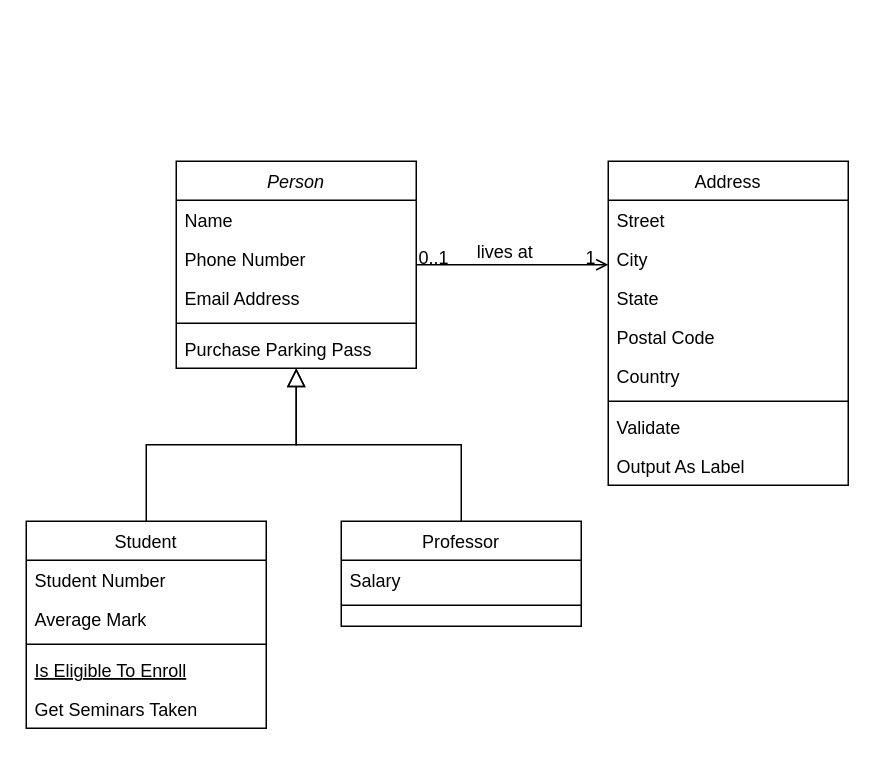
Above: Diagrama sin título.drawio in gastoncorrea/diagrama_clases_gestion_turnos (draw.io), before the change. Source tidied: cells renumbered, new cells numbered last; positions are measured from the earlier drawing's top-left corner, leaving out a move shared by most shapes. Both pictures are drawn from the tidied source at 150%, with x=0, y=0 at pixel (26, 160).
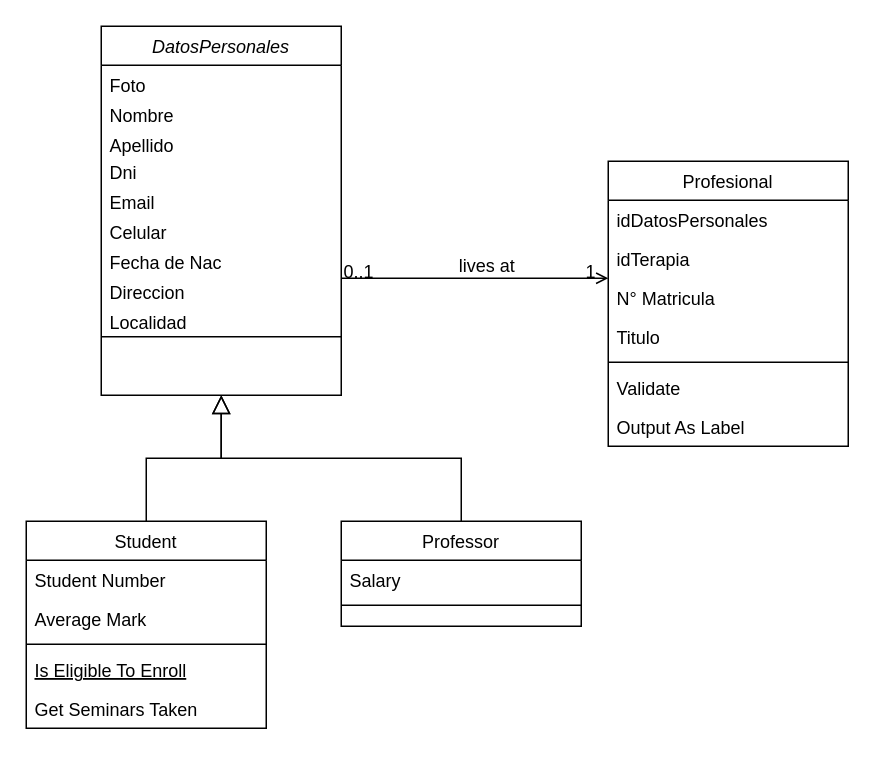
The same diagram, later.

The edit, as a diff of the source:
```diff
@@
-    <mxCell id="2" value="Person" style="swimlane;fontStyle=2;align=center;verticalAlign=top;horizontal=1;startSize=26;rounded=0;shadow=0;strokeWidth=1;" parent="1" vertex="1">
-      <mxGeometry x="100" width="160" height="138" as="geometry" />
+    <mxCell id="2" value="DatosPersonales" style="swimlane;fontStyle=2;align=center;verticalAlign=top;horizontal=1;startSize=26;rounded=0;shadow=0;strokeWidth=1;" parent="1" vertex="1">
+      <mxGeometry x="50" y="-90" width="160" height="246" as="geometry" />
     </mxCell>
+    <mxCell id="32" value="Foto" style="text;align=left;verticalAlign=top;spacingLeft=4;spacingRight=4;overflow=hidden;" parent="2" vertex="1">
+      <mxGeometry y="26" width="160" height="20" as="geometry" />
+    </mxCell>
-    <mxCell id="3" value="Name" style="text;align=left;verticalAlign=top;spacingLeft=4;spacingRight=4;overflow=hidden;" parent="2" vertex="1">
-      <mxGeometry y="26" width="160" height="26" as="geometry" />
+    <mxCell id="3" value="Nombre    " style="text;align=left;verticalAlign=top;spacingLeft=4;spacingRight=4;overflow=hidden;" parent="2" vertex="1">
+      <mxGeometry y="46" width="160" height="20" as="geometry" />
     </mxCell>
-    <mxCell id="4" value="Phone Number" style="text;align=left;verticalAlign=top;spacingLeft=4;spacingRight=4;overflow=hidden;rounded=0;shadow=0;html=0;" parent="2" vertex="1">
-      <mxGeometry y="52" width="160" height="26" as="geometry" />
+    <mxCell id="4" value="Apellido" style="text;align=left;verticalAlign=top;spacingLeft=4;spacingRight=4;overflow=hidden;rounded=0;shadow=0;html=0;" parent="2" vertex="1">
+      <mxGeometry y="66" width="160" height="18" as="geometry" />
     </mxCell>
-    <mxCell id="5" value="Email Address" style="text;align=left;verticalAlign=top;spacingLeft=4;spacingRight=4;overflow=hidden;rounded=0;shadow=0;html=0;" parent="2" vertex="1">
-      <mxGeometry y="78" width="160" height="26" as="geometry" />
+    <mxCell id="5" value="Dni   " style="text;align=left;verticalAlign=top;spacingLeft=4;spacingRight=4;overflow=hidden;rounded=0;shadow=0;html=0;" parent="2" vertex="1">
+      <mxGeometry y="84" width="160" height="20" as="geometry" />
     </mxCell>
+    <mxCell id="33" value="Email&#10;" style="text;align=left;verticalAlign=top;spacingLeft=4;spacingRight=4;overflow=hidden;" parent="2" vertex="1">
+      <mxGeometry y="104" width="160" height="20" as="geometry" />
+    </mxCell>
+    <mxCell id="34" value="Celular" style="text;align=left;verticalAlign=top;spacingLeft=4;spacingRight=4;overflow=hidden;" parent="2" vertex="1">
+      <mxGeometry y="124" width="160" height="20" as="geometry" />
+    </mxCell>
+    <mxCell id="35" value="Fecha de Nac" style="text;align=left;verticalAlign=top;spacingLeft=4;spacingRight=4;overflow=hidden;" parent="2" vertex="1">
+      <mxGeometry y="144" width="160" height="20" as="geometry" />
+    </mxCell>
+    <mxCell id="7" value="Direccion" style="text;align=left;verticalAlign=top;spacingLeft=4;spacingRight=4;overflow=hidden;" parent="2" vertex="1">
+      <mxGeometry y="164" width="160" height="20" as="geometry" />
+    </mxCell>
+    <mxCell id="36" value="Localidad" style="text;align=left;verticalAlign=top;spacingLeft=4;spacingRight=4;overflow=hidden;" parent="2" vertex="1">
+      <mxGeometry y="184" width="160" height="20" as="geometry" />
+    </mxCell>
     <mxCell id="6" style="line;html=1;strokeWidth=1;align=left;verticalAlign=middle;spacingTop=-1;spacingLeft=3;spacingRight=3;labelPosition=right;" parent="2" vertex="1">
-      <mxGeometry y="104" width="160" height="8" as="geometry" />
+      <mxGeometry y="204" width="160" height="6" as="geometry" />
     </mxCell>
-    <mxCell id="7" value="Purchase Parking Pass" style="text;align=left;verticalAlign=top;spacingLeft=4;spacingRight=4;overflow=hidden;" parent="2" vertex="1">
-      <mxGeometry y="112" width="160" height="26" as="geometry" />
-    </mxCell>
@@
-    <mxCell id="19" value="Address" style="swimlane;fontStyle=0;align=center;verticalAlign=top;horizontal=1;startSize=26;rounded=0;shadow=0;strokeWidth=1;" parent="1" vertex="1">
-      <mxGeometry x="388" width="160" height="216" as="geometry" />
+    <mxCell id="19" value="Profesional" style="swimlane;fontStyle=0;align=center;verticalAlign=top;horizontal=1;startSize=26;rounded=0;shadow=0;strokeWidth=1;" parent="1" vertex="1">
+      <mxGeometry x="388" width="160" height="190" as="geometry" />
     </mxCell>
-    <mxCell id="20" value="Street" style="text;align=left;verticalAlign=top;spacingLeft=4;spacingRight=4;overflow=hidden;" parent="19" vertex="1">
+    <mxCell id="20" value="idDatosPersonales" style="text;align=left;verticalAlign=top;spacingLeft=4;spacingRight=4;overflow=hidden;" parent="19" vertex="1">
       <mxGeometry y="26" width="160" height="26" as="geometry" />
     </mxCell>
+    <mxCell id="23" value="idTerapia" style="text;align=left;verticalAlign=top;spacingLeft=4;spacingRight=4;overflow=hidden;rounded=0;shadow=0;html=0;" parent="19" vertex="1">
+      <mxGeometry y="52" width="160" height="26" as="geometry" />
+    </mxCell>
-    <mxCell id="21" value="City" style="text;align=left;verticalAlign=top;spacingLeft=4;spacingRight=4;overflow=hidden;rounded=0;shadow=0;html=0;" parent="19" vertex="1">
-      <mxGeometry y="52" width="160" height="26" as="geometry" />
+    <mxCell id="21" value="N° Matricula" style="text;align=left;verticalAlign=top;spacingLeft=4;spacingRight=4;overflow=hidden;rounded=0;shadow=0;html=0;" parent="19" vertex="1">
+      <mxGeometry y="78" width="160" height="26" as="geometry" />
     </mxCell>
-    <mxCell id="22" value="State" style="text;align=left;verticalAlign=top;spacingLeft=4;spacingRight=4;overflow=hidden;rounded=0;shadow=0;html=0;" parent="19" vertex="1">
-      <mxGeometry y="78" width="160" height="26" as="geometry" />
+    <mxCell id="22" value="Titulo" style="text;align=left;verticalAlign=top;spacingLeft=4;spacingRight=4;overflow=hidden;rounded=0;shadow=0;html=0;" parent="19" vertex="1">
+      <mxGeometry y="104" width="160" height="26" as="geometry" />
     </mxCell>
-    <mxCell id="23" value="Postal Code" style="text;align=left;verticalAlign=top;spacingLeft=4;spacingRight=4;overflow=hidden;rounded=0;shadow=0;html=0;" parent="19" vertex="1">
-      <mxGeometry y="104" width="160" height="26" as="geometry" />
-    </mxCell>
-    <mxCell id="24" value="Country" style="text;align=left;verticalAlign=top;spacingLeft=4;spacingRight=4;overflow=hidden;rounded=0;shadow=0;html=0;" parent="19" vertex="1">
-      <mxGeometry y="130" width="160" height="26" as="geometry" />
-    </mxCell>
     <mxCell id="25" style="line;html=1;strokeWidth=1;align=left;verticalAlign=middle;spacingTop=-1;spacingLeft=3;spacingRight=3;labelPosition=right;" parent="19" vertex="1">
-      <mxGeometry y="156" width="160" height="8" as="geometry" />
+      <mxGeometry y="130" width="160" height="8" as="geometry" />
     </mxCell>
     <mxCell id="26" value="Validate" style="text;align=left;verticalAlign=top;spacingLeft=4;spacingRight=4;overflow=hidden;" parent="19" vertex="1">
-      <mxGeometry y="164" width="160" height="26" as="geometry" />
+      <mxGeometry y="138" width="160" height="26" as="geometry" />
     </mxCell>
     <mxCell id="27" value="Output As Label" style="text;align=left;verticalAlign=top;spacingLeft=4;spacingRight=4;overflow=hidden;" parent="19" vertex="1">
-      <mxGeometry y="190" width="160" height="26" as="geometry" />
+      <mxGeometry y="164" width="160" height="26" as="geometry" />
     </mxCell>
```
